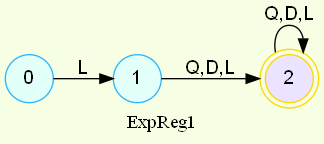
Before: AFD_202000119/ExpReg1.png, a diagram exported from Graphviz (SergieArizandieta/OLC1-P1-202000119). Its source is kept beside it as AFD_202000119/ExpReg1.dot.
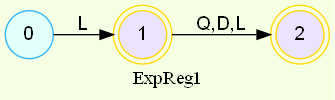
The same file after the commit.

The edit, as a diff of the source:
```diff
@@ -3,10 +3,9 @@
 	node [fontname="Helvetica,Arial,sans-serif" ]
 	edge [fontname="Helvetica,Arial,sans-serif"]
 	rankdir=LR;
-	node [shape = doublecircle, color = gold fillcolor="#EBE3FF" style =filled];2;
+	node [shape = doublecircle, color = gold fillcolor="#EBE3FF" style =filled];1,2;
 	node [shape = circle, color = "#2CB5FF" fillcolor="#E3FFFA" style =filled];
 
 0->1[label = "L"];
 1->2[label = "Q,D,L"];
-2->2[label = "Q,D,L"];
 label= ExpReg1}
```
